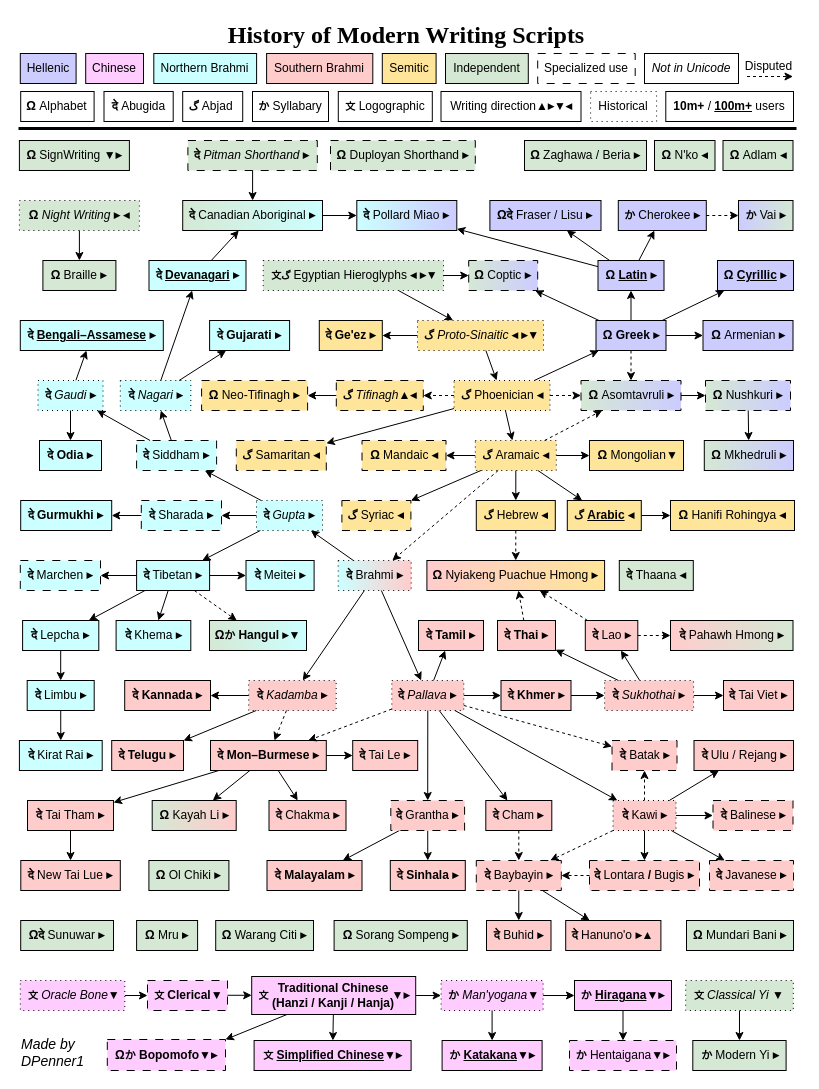
Earlier version of the draw.io diagram Modern Script History.drawio (DPenner1/WritingSystemHistory). Source tidied: cells renumbered, new cells numbered last; positions are measured from the earlier drawing's top-left corner, leaving out a move shared by most shapes. Both pictures are drawn from the tidied source at 100%, with x=0, y=0 at pixel (18, 17).
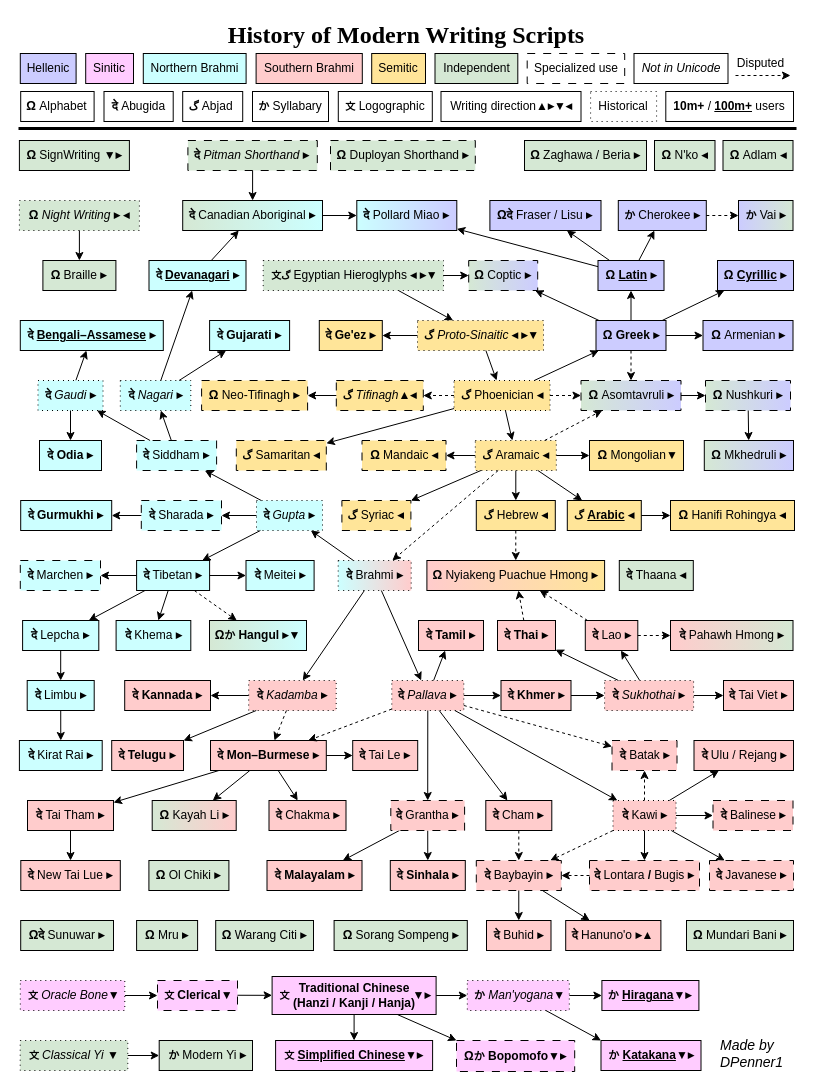
The same page after the edit.

Commit message (it also covers changes not shown here):
updates from research of Sinitic scripts

What changed in the source:
```diff
@@
     <mxCell id="66" value="&lt;font style=&quot;font-size: 10px;&quot;&gt;文&lt;/font&gt; &lt;u&gt;Simplified Chinese&lt;/u&gt;&lt;b&gt;▼&lt;/b&gt;▸" style="whiteSpace=wrap;html=1;fontStyle=1;fillColor=#FFCCFF;" parent="1" vertex="1">
-      <mxGeometry x="235.6" y="1023" width="157" height="30" as="geometry" />
+      <mxGeometry x="257.1" y="1023" width="157" height="30" as="geometry" />
     </mxCell>
@@
     <mxCell id="68" value="&lt;font style=&quot;&quot;&gt;&lt;span style=&quot;font-weight: 700;&quot;&gt;&lt;font style=&quot;font-size: 11px;&quot;&gt;&amp;nbsp;か&lt;/font&gt;&lt;/span&gt;&lt;span style=&quot;font-size: 12px; font-weight: 700;&quot;&gt;&amp;nbsp;&lt;/span&gt;&lt;i&gt;Man'yogana&lt;/i&gt;&lt;/font&gt;&lt;b&gt;▼&lt;/b&gt;" style="whiteSpace=wrap;html=1;dashed=1;dashPattern=1 4;fillColor=#FFCCFF;fontFamily=Helvetica;fontSize=12;" parent="1" vertex="1">
-      <mxGeometry x="422.6" y="963" width="102" height="30" as="geometry" />
+      <mxGeometry x="448.8" y="963" width="102" height="30" as="geometry" />
     </mxCell>
@@
     <mxCell id="70" value="&lt;font style=&quot;font-size: 11px;&quot;&gt;か&lt;/font&gt; &lt;u&gt;Hiragana&lt;/u&gt;&lt;b&gt;▼&lt;/b&gt;▸" style="whiteSpace=wrap;html=1;fontStyle=1;fillColor=#FFCCFF;fontFamily=Helvetica;" parent="1" vertex="1">
-      <mxGeometry x="556" y="963" width="97" height="30" as="geometry" />
+      <mxGeometry x="583.4" y="963" width="97" height="30" as="geometry" />
     </mxCell>
     <mxCell id="71" value="&lt;font style=&quot;font-size: 11px;&quot;&gt;か&lt;/font&gt; &lt;u&gt;Katakana&lt;/u&gt;&lt;b&gt;▼&lt;/b&gt;▸" style="whiteSpace=wrap;html=1;fontStyle=1;fillColor=#FFCCFF;" parent="1" vertex="1">
-      <mxGeometry x="423.6" y="1023" width="100" height="30" as="geometry" />
+      <mxGeometry x="582.5" y="1023" width="100" height="30" as="geometry" />
     </mxCell>
-    <mxCell id="72" style="endArrow=classic;html=1;" parent="1" edge="1" source="68" target="71">
+    <mxCell id="72" style="endArrow=classic;html=1;entryX=0;entryY=0;entryDx=0;entryDy=0;" parent="1" edge="1" source="68" target="71">
       <mxGeometry x="897" y="920" as="geometry" />
     </mxCell>
-    <mxCell id="73" value="&lt;span style=&quot;font-weight: 700; font-size: 11px;&quot;&gt;&lt;font style=&quot;font-size: 11px;&quot;&gt;か&lt;/font&gt;&amp;nbsp;&lt;/span&gt;Hentaigana&lt;b&gt;▼&lt;/b&gt;&lt;span style=&quot;font-weight: 700;&quot;&gt;▸&lt;/span&gt;" style="whiteSpace=wrap;html=1;dashed=1;fillColor=#FFCCFF;dashPattern=8 8;" parent="1" vertex="1">
-      <mxGeometry x="551" y="1023" width="107" height="30" as="geometry" />
-    </mxCell>
@@
-    <mxCell id="75" style="endArrow=classic;html=1;" parent="1" edge="1" source="70" target="73">
-      <mxGeometry x="1173" y="930" as="geometry" />
-    </mxCell>
@@
     <mxCell id="91" value="&lt;span style=&quot;font-weight: 700;&quot;&gt;&lt;font style=&quot;font-size: 10px;&quot;&gt;文&lt;/font&gt;&lt;/span&gt;&lt;span style=&quot;font-size: 11px; font-weight: 700;&quot;&gt;&amp;nbsp;&lt;/span&gt;&lt;i&gt;Classical Yi&lt;/i&gt;&amp;nbsp;&lt;b&gt;▼&lt;/b&gt;" style="whiteSpace=wrap;html=1;fillColor=#D5E8D4;dashed=1;dashPattern=1 4;" parent="1" vertex="1">
-      <mxGeometry x="667.2" y="963" width="107.6" height="30" as="geometry" />
+      <mxGeometry x="1.7" y="1023" width="107.6" height="30" as="geometry" />
     </mxCell>
     <mxCell id="92" value="&lt;span style=&quot;font-size: 11px; font-weight: 700;&quot;&gt;&amp;nbsp;か&amp;nbsp;&lt;/span&gt;Modern Yi&amp;nbsp;&lt;span style=&quot;font-weight: 700;&quot;&gt;▸&lt;/span&gt;" style="whiteSpace=wrap;html=1;fillColor=#D5E8D4;" parent="1" vertex="1">
-      <mxGeometry x="674.3" y="1023" width="93.3" height="30" as="geometry" />
+      <mxGeometry x="140.7" y="1023" width="93.3" height="30" as="geometry" />
     </mxCell>
@@
     <mxCell id="99" value="&lt;b&gt;Ω&lt;/b&gt;&lt;span style=&quot;font-size: 11px;&quot;&gt;&lt;b&gt;か&lt;/b&gt;&lt;/span&gt;&amp;nbsp;&lt;b&gt;Bopomofo▼&lt;/b&gt;&lt;span style=&quot;font-weight: 700;&quot;&gt;▸&lt;/span&gt;" style="whiteSpace=wrap;html=1;dashed=1;fillColor=#FFCCFF;dashPattern=8 8;" parent="1" vertex="1">
-      <mxGeometry x="88.8" y="1022" width="118.2" height="31" as="geometry" />
+      <mxGeometry x="438" y="1023" width="118.2" height="31" as="geometry" />
     </mxCell>
-    <mxCell id="100" style="endArrow=classic;html=1;entryX=1;entryY=0;entryDx=0;entryDy=0;" parent="1" edge="1" source="222" target="99">
+    <mxCell id="100" style="endArrow=classic;html=1;entryX=0;entryY=0;entryDx=0;entryDy=0;" parent="1" edge="1" source="222" target="99">
       <mxGeometry x="973" y="830" as="geometry" />
     </mxCell>
@@
     <mxCell id="118" value="Made by&amp;nbsp;&lt;div&gt;DPenner1&lt;/div&gt;" style="text;html=1;strokeColor=none;fillColor=none;align=left;verticalAlign=middle;whiteSpace=wrap;overflow=hidden;fontSize=14;fontStyle=2;" parent="1" vertex="1">
-      <mxGeometry x="0.9" y="1016.5" width="73.3" height="36.5" as="geometry" />
+      <mxGeometry x="700.3" y="1017.5" width="73.3" height="36.5" as="geometry" />
     </mxCell>
@@
     <mxCell id="126" value="Specialized use" style="whiteSpace=wrap;html=1;dashed=1;dashPattern=8 8;fillColor=none;" parent="1" vertex="1">
-      <mxGeometry x="519.2" y="36" width="97.5" height="30" as="geometry" />
+      <mxGeometry x="508.7" y="36" width="97.5" height="30" as="geometry" />
     </mxCell>
     <mxCell id="127" value="Semitic" style="whiteSpace=wrap;html=1;fontStyle=0;fillColor=#FFE599;" parent="1" vertex="1">
-      <mxGeometry x="363.8" y="36" width="53.8" height="30" as="geometry" />
+      <mxGeometry x="353.2" y="36" width="53.8" height="30" as="geometry" />
     </mxCell>
@@
     <mxCell id="129" value="Southern Brahmi&lt;br&gt;" style="whiteSpace=wrap;html=1;fillColor=#FFCCCC;" parent="1" vertex="1">
-      <mxGeometry x="248.1" y="36" width="106.2" height="30" as="geometry" />
+      <mxGeometry x="237.6" y="36" width="106.2" height="30" as="geometry" />
     </mxCell>
     <mxCell id="130" value="Northern Brahmi&lt;br&gt;" style="whiteSpace=wrap;html=1;fillColor=#CCFFFF;" parent="1" vertex="1">
-      <mxGeometry x="135.3" y="36" width="102.8" height="30" as="geometry" />
+      <mxGeometry x="124.8" y="36" width="102.8" height="30" as="geometry" />
     </mxCell>
-    <mxCell id="131" value="Chinese" style="whiteSpace=wrap;html=1;fillColor=#FFCCFF;" parent="1" vertex="1">
-      <mxGeometry x="67.2" y="36" width="57.8" height="30" as="geometry" />
+    <mxCell id="131" value="Sinitic" style="whiteSpace=wrap;html=1;fillColor=#FFCCFF;" parent="1" vertex="1">
+      <mxGeometry x="67.2" y="36" width="47.8" height="30" as="geometry" />
     </mxCell>
     <mxCell id="132" value="Independent" style="whiteSpace=wrap;html=1;fillColor=#D5E8D4;" parent="1" vertex="1">
-      <mxGeometry x="427" y="36" width="82.8" height="30" as="geometry" />
+      <mxGeometry x="416.5" y="36" width="82.8" height="30" as="geometry" />
     </mxCell>
@@
     <mxCell id="182" value="Disputed" style="text;html=1;strokeColor=none;fillColor=none;align=center;verticalAlign=middle;whiteSpace=wrap;overflow=hidden;dashed=1;" parent="1" vertex="1">
-      <mxGeometry x="718" y="39" width="65" height="20" as="geometry" />
+      <mxGeometry x="709.5" y="36" width="65" height="20" as="geometry" />
     </mxCell>
     <mxCell id="183" style="endArrow=classic;html=1;dashed=1;" parent="1" edge="1">
       <mxGeometry x="746" y="121" as="geometry">
-        <mxPoint x="728.5" y="59" as="sourcePoint" />
-        <mxPoint x="774.5" y="59" as="targetPoint" />
+        <mxPoint x="717" y="58" as="sourcePoint" />
+        <mxPoint x="772" y="58" as="targetPoint" />
       </mxGeometry>
     </mxCell>
@@
     <mxCell id="187" value="&lt;span style=&quot;font-style: italic; font-weight: 400;&quot;&gt;Not in Unicode&lt;/span&gt;" style="whiteSpace=wrap;html=1;fontStyle=1;fillColor=none;" parent="1" vertex="1">
-      <mxGeometry x="626" y="36" width="94" height="30" as="geometry" />
+      <mxGeometry x="615.5" y="36" width="94" height="30" as="geometry" />
     </mxCell>
@@
     <mxCell id="221" value="&lt;span style=&quot;font-weight: 700;&quot;&gt;&lt;font style=&quot;font-size: 10px;&quot;&gt;&amp;nbsp;文&lt;/font&gt;&lt;/span&gt;&lt;span style=&quot;font-size: 11px; font-weight: 700;&quot;&gt;&amp;nbsp;&lt;/span&gt;&lt;b&gt;Clerical▼&lt;/b&gt;" style="whiteSpace=wrap;html=1;dashed=1;dashPattern=8 8;fillColor=#FFCCFF;" parent="1" vertex="1">
-      <mxGeometry x="129" y="963" width="80" height="30" as="geometry" />
+      <mxGeometry x="139" y="963" width="80" height="30" as="geometry" />
     </mxCell>
     <mxCell id="222" value="Traditional Chinese&lt;br&gt;&lt;div&gt;(Hanzi / Kanji / Hanja)&lt;/div&gt;" style="whiteSpace=wrap;html=1;fontStyle=1;fillColor=#FFCCFF;" parent="1" vertex="1">
-      <mxGeometry x="233.2" y="959" width="164" height="38" as="geometry" />
+      <mxGeometry x="253.6" y="959" width="164" height="38" as="geometry" />
     </mxCell>
     <mxCell id="223" value="&lt;font style=&quot;font-weight: 700; font-size: 10px;&quot;&gt;文&lt;/font&gt;&lt;font style=&quot;font-weight: 700; font-size: 11px;&quot;&gt;&amp;nbsp;&lt;/font&gt;&lt;span style=&quot;font-weight: 700;&quot;&gt;&amp;nbsp; &amp;nbsp; &amp;nbsp; &amp;nbsp; &amp;nbsp; &amp;nbsp; &amp;nbsp; &amp;nbsp; &amp;nbsp; &amp;nbsp; &amp;nbsp; &amp;nbsp; &amp;nbsp; &amp;nbsp; &amp;nbsp; &amp;nbsp; &amp;nbsp; &amp;nbsp; &lt;/span&gt;&lt;b&gt;▼&lt;/b&gt;&lt;span style=&quot;font-weight: 700;&quot;&gt;▸&lt;/span&gt;" style="text;html=1;align=center;verticalAlign=middle;whiteSpace=wrap;rounded=0;" parent="1" vertex="1">
-      <mxGeometry x="223.2" y="963" width="186" height="30" as="geometry" />
+      <mxGeometry x="243.6" y="963" width="186" height="30" as="geometry" />
     </mxCell>
```
